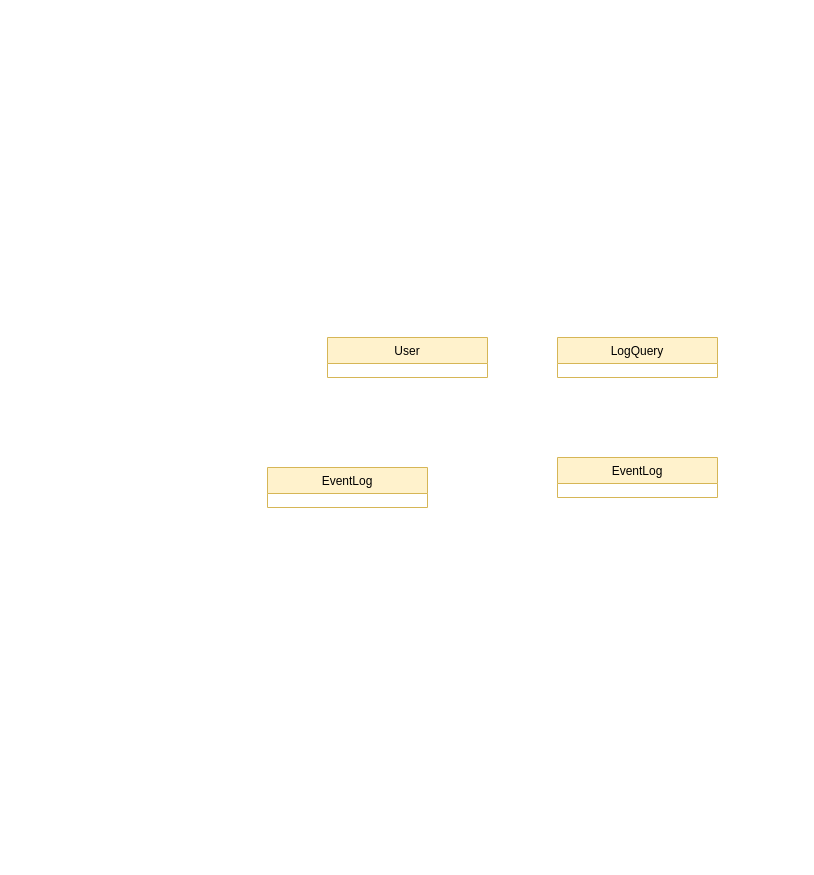
ndhcoder/my-configs keeps this draw.io diagram as Untitled Diagram.drawio. Above is the earlier version. Source tidied: cells renumbered, new cells numbered last; positions are measured from the earlier drawing's top-left corner, leaving out a move shared by most shapes. Both pictures are drawn from the tidied source at 100%, with x=0, y=0 at pixel (267, 337).
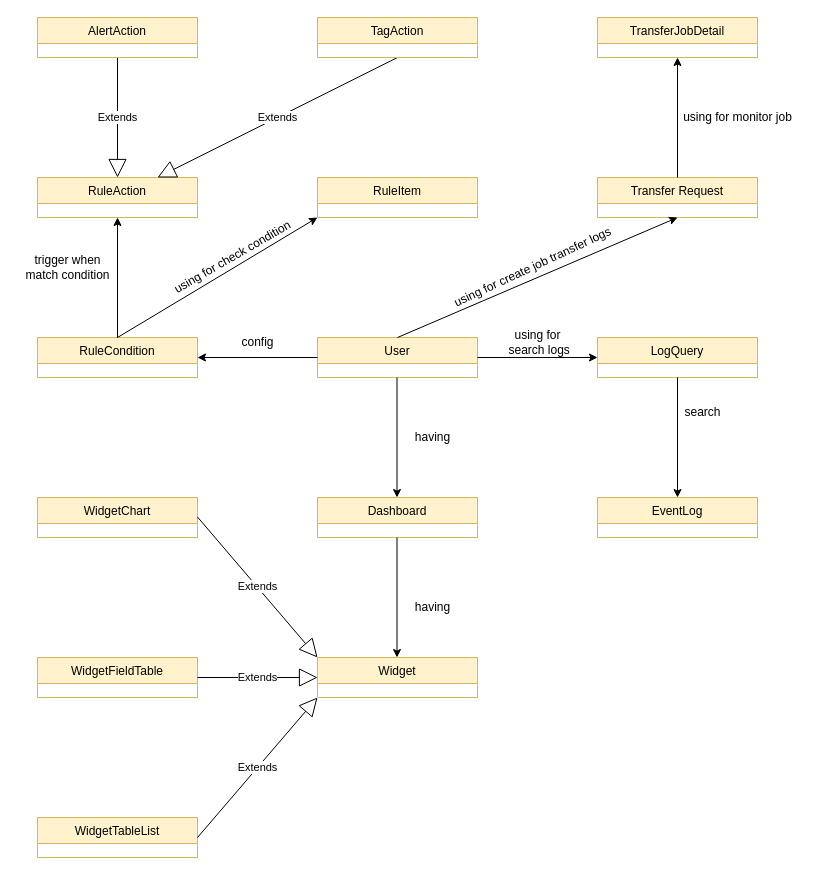
The same page after the edit.

Commit message:
LogInsight_Model

Change to the diagram source:
```diff
@@
     <mxCell id="2" value="User" style="swimlane;fontStyle=0;align=center;verticalAlign=top;horizontal=1;startSize=26;rounded=0;shadow=0;strokeWidth=1;fillColor=#fff2cc;strokeColor=#d6b656;" parent="1" vertex="1">
-      <mxGeometry x="60" width="160" height="40" as="geometry" />
+      <mxGeometry x="50" width="160" height="40" as="geometry" />
     </mxCell>
+    <mxCell id="6" value="RuleCondition" style="swimlane;fontStyle=0;align=center;verticalAlign=top;horizontal=1;startSize=26;rounded=0;shadow=0;strokeWidth=1;fillColor=#fff2cc;strokeColor=#d6b656;" parent="1" vertex="1">
+      <mxGeometry x="-230" width="160" height="40" as="geometry" />
+    </mxCell>
+    <mxCell id="7" value="RuleAction" style="swimlane;fontStyle=0;align=center;verticalAlign=top;horizontal=1;startSize=26;rounded=0;shadow=0;strokeWidth=1;fillColor=#fff2cc;strokeColor=#d6b656;" parent="1" vertex="1">
+      <mxGeometry x="-230" y="-160" width="160" height="40" as="geometry" />
+    </mxCell>
+    <mxCell id="8" style="endArrow=classic;html=1;entryX=0;entryY=0.5;entryDx=0;entryDy=0;exitX=1;exitY=0.5;exitDx=0;exitDy=0;" parent="1" edge="1" source="2" target="3">
+      <mxGeometry relative="1" as="geometry" />
+    </mxCell>
     <mxCell id="3" value="LogQuery" style="swimlane;fontStyle=0;align=center;verticalAlign=top;horizontal=1;startSize=26;rounded=0;shadow=0;strokeWidth=1;fillColor=#fff2cc;strokeColor=#d6b656;" parent="1" vertex="1">
-      <mxGeometry x="290" width="160" height="40" as="geometry" />
+      <mxGeometry x="330" width="160" height="40" as="geometry" />
     </mxCell>
+    <mxCell id="9" value="Transfer Request" style="swimlane;fontStyle=0;align=center;verticalAlign=top;horizontal=1;startSize=26;rounded=0;shadow=0;strokeWidth=1;fillColor=#fff2cc;strokeColor=#d6b656;" parent="1" vertex="1">
+      <mxGeometry x="330" y="-160" width="160" height="40" as="geometry" />
+    </mxCell>
+    <mxCell id="10" value="TransferJobDetail" style="swimlane;fontStyle=0;align=center;verticalAlign=top;horizontal=1;startSize=26;rounded=0;shadow=0;strokeWidth=1;fillColor=#fff2cc;strokeColor=#d6b656;" parent="1" vertex="1">
+      <mxGeometry x="330" y="-320" width="160" height="40" as="geometry" />
+    </mxCell>
+    <mxCell id="11" value="using for&lt;br&gt;&amp;nbsp;search logs" style="text;html=1;align=center;verticalAlign=middle;" parent="1" vertex="1">
+      <mxGeometry x="230" y="-10" width="80" height="30" as="geometry" />
+    </mxCell>
+    <mxCell id="12" style="endArrow=classic;html=1;entryX=0.5;entryY=0;entryDx=0;entryDy=0;exitX=0.5;exitY=1;exitDx=0;exitDy=0;" parent="1" edge="1" source="3" target="4">
+      <mxGeometry relative="1" as="geometry" />
+    </mxCell>
+    <mxCell id="13" value="search" style="text;html=1;align=center;verticalAlign=middle;" parent="1" vertex="1">
+      <mxGeometry x="410" y="65" width="50" height="20" as="geometry" />
+    </mxCell>
     <mxCell id="4" value="EventLog" style="swimlane;fontStyle=0;align=center;verticalAlign=top;horizontal=1;startSize=26;rounded=0;shadow=0;strokeWidth=1;fillColor=#fff2cc;strokeColor=#d6b656;" parent="1" vertex="1">
-      <mxGeometry x="290" y="120" width="160" height="40" as="geometry" />
+      <mxGeometry x="330" y="160" width="160" height="40" as="geometry" />
     </mxCell>
-    <mxCell id="5" value="EventLog" style="swimlane;fontStyle=0;align=center;verticalAlign=top;horizontal=1;startSize=26;rounded=0;shadow=0;strokeWidth=1;fillColor=#fff2cc;strokeColor=#d6b656;" parent="1" vertex="1">
-      <mxGeometry y="130" width="160" height="40" as="geometry" />
+    <mxCell id="5" value="Dashboard" style="swimlane;fontStyle=0;align=center;verticalAlign=top;horizontal=1;startSize=26;rounded=0;shadow=0;strokeWidth=1;fillColor=#fff2cc;strokeColor=#d6b656;" parent="1" vertex="1">
+      <mxGeometry x="50" y="160" width="160" height="40" as="geometry" />
     </mxCell>
+    <mxCell id="14" value="WidgetChart" style="swimlane;fontStyle=0;align=center;verticalAlign=top;horizontal=1;startSize=26;rounded=0;shadow=0;strokeWidth=1;fillColor=#fff2cc;strokeColor=#d6b656;" parent="1" vertex="1">
+      <mxGeometry x="-230" y="160" width="160" height="40" as="geometry" />
+    </mxCell>
+    <mxCell id="15" value="WidgetFieldTable" style="swimlane;fontStyle=0;align=center;verticalAlign=top;horizontal=1;startSize=26;rounded=0;shadow=0;strokeWidth=1;fillColor=#fff2cc;strokeColor=#d6b656;" parent="1" vertex="1">
+      <mxGeometry x="-230" y="320" width="160" height="40" as="geometry" />
+    </mxCell>
+    <mxCell id="16" value="WidgetTableList" style="swimlane;fontStyle=0;align=center;verticalAlign=top;horizontal=1;startSize=26;rounded=0;shadow=0;strokeWidth=1;fillColor=#fff2cc;strokeColor=#d6b656;" parent="1" vertex="1">
+      <mxGeometry x="-230" y="480" width="160" height="40" as="geometry" />
+    </mxCell>
+    <mxCell id="17" value="Widget" style="swimlane;fontStyle=0;align=center;verticalAlign=top;horizontal=1;startSize=26;rounded=0;shadow=0;strokeWidth=1;fillColor=#fff2cc;strokeColor=#d6b656;" parent="1" vertex="1">
+      <mxGeometry x="50" y="320" width="160" height="40" as="geometry" />
+    </mxCell>
+    <mxCell id="18" style="endArrow=classic;html=1;entryX=0.5;entryY=0;entryDx=0;entryDy=0;exitX=0.5;exitY=1;exitDx=0;exitDy=0;" parent="1" edge="1">
+      <mxGeometry relative="1" as="geometry">
+        <mxPoint x="129.5" y="40" as="sourcePoint" />
+        <mxPoint x="129.5" y="160" as="targetPoint" />
+      </mxGeometry>
+    </mxCell>
+    <mxCell id="19" style="endArrow=classic;html=1;entryX=0.5;entryY=0;entryDx=0;entryDy=0;exitX=0.5;exitY=1;exitDx=0;exitDy=0;" parent="1" edge="1">
+      <mxGeometry relative="1" as="geometry">
+        <mxPoint x="129.5" y="200" as="sourcePoint" />
+        <mxPoint x="129.5" y="320" as="targetPoint" />
+      </mxGeometry>
+    </mxCell>
+    <mxCell id="20" value="having" style="text;html=1;align=center;verticalAlign=middle;" parent="1" vertex="1">
+      <mxGeometry x="140" y="90" width="50" height="20" as="geometry" />
+    </mxCell>
+    <mxCell id="21" value="having" style="text;html=1;align=center;verticalAlign=middle;" parent="1" vertex="1">
+      <mxGeometry x="140" y="260" width="50" height="20" as="geometry" />
+    </mxCell>
+    <mxCell id="22" value="Extends" style="endArrow=block;endSize=16;endFill=0;html=1;entryX=0;entryY=0;entryDx=0;entryDy=0;" parent="1" edge="1" target="17">
+      <mxGeometry relative="1" as="geometry">
+        <mxPoint x="-70" y="179.5" as="sourcePoint" />
+      </mxGeometry>
+    </mxCell>
+    <mxCell id="23" value="Extends" style="endArrow=block;endSize=16;endFill=0;html=1;entryX=0;entryY=0.5;entryDx=0;entryDy=0;exitX=1;exitY=0.5;exitDx=0;exitDy=0;" parent="1" edge="1" source="15" target="17">
+      <mxGeometry relative="1" as="geometry" />
+    </mxCell>
+    <mxCell id="24" value="Extends" style="endArrow=block;endSize=16;endFill=0;html=1;exitX=1;exitY=0.5;exitDx=0;exitDy=0;" parent="1" edge="1" source="16">
+      <mxGeometry relative="1" as="geometry">
+        <mxPoint x="50" y="360" as="targetPoint" />
+      </mxGeometry>
+    </mxCell>
+    <mxCell id="25" value="Extends" style="endArrow=block;endSize=16;endFill=0;html=1;exitX=0.5;exitY=1;exitDx=0;exitDy=0;entryX=0.5;entryY=0;entryDx=0;entryDy=0;" parent="1" edge="1" source="33" target="7">
+      <mxGeometry relative="1" as="geometry" />
+    </mxCell>
+    <mxCell id="26" value="Extends" style="endArrow=block;endSize=16;endFill=0;html=1;exitX=0.5;exitY=1;exitDx=0;exitDy=0;entryX=0.75;entryY=0;entryDx=0;entryDy=0;" parent="1" edge="1" source="32" target="7">
+      <mxGeometry relative="1" as="geometry" />
+    </mxCell>
+    <mxCell id="27" style="endArrow=classic;html=1;entryX=0.5;entryY=1;entryDx=0;entryDy=0;exitX=0.5;exitY=0;exitDx=0;exitDy=0;" parent="1" edge="1" source="6" target="7">
+      <mxGeometry relative="1" as="geometry" />
+    </mxCell>
+    <mxCell id="28" style="endArrow=classic;html=1;entryX=0;entryY=1;entryDx=0;entryDy=0;exitX=0.5;exitY=0;exitDx=0;exitDy=0;" parent="1" edge="1" source="6">
+      <mxGeometry relative="1" as="geometry">
+        <mxPoint x="50" y="-120" as="targetPoint" />
+      </mxGeometry>
+    </mxCell>
+    <mxCell id="29" value="trigger when &lt;br&gt;match condition" style="text;html=1;align=center;verticalAlign=middle;" parent="1" vertex="1">
+      <mxGeometry x="-250" y="-85" width="100" height="30" as="geometry" />
+    </mxCell>
+    <mxCell id="30" value="using for check condition" style="text;html=1;align=center;verticalAlign=middle;rotation=-30;" parent="1" vertex="1">
+      <mxGeometry x="-110" y="-90" width="150" height="20" as="geometry" />
+    </mxCell>
+    <mxCell id="31" value="RuleItem" style="swimlane;fontStyle=0;align=center;verticalAlign=top;horizontal=1;startSize=26;rounded=0;shadow=0;strokeWidth=1;fillColor=#fff2cc;strokeColor=#d6b656;" parent="1" vertex="1">
+      <mxGeometry x="50" y="-160" width="160" height="40" as="geometry" />
+    </mxCell>
+    <mxCell id="32" value="TagAction" style="swimlane;fontStyle=0;align=center;verticalAlign=top;horizontal=1;startSize=26;rounded=0;shadow=0;strokeWidth=1;fillColor=#fff2cc;strokeColor=#d6b656;" parent="1" vertex="1">
+      <mxGeometry x="50" y="-320" width="160" height="40" as="geometry" />
+    </mxCell>
+    <mxCell id="33" value="AlertAction" style="swimlane;fontStyle=0;align=center;verticalAlign=top;horizontal=1;startSize=26;rounded=0;shadow=0;strokeWidth=1;fillColor=#fff2cc;strokeColor=#d6b656;" parent="1" vertex="1">
+      <mxGeometry x="-230" y="-320" width="160" height="40" as="geometry" />
+    </mxCell>
+    <mxCell id="34" style="endArrow=classic;html=1;entryX=1;entryY=0.5;entryDx=0;entryDy=0;exitX=0;exitY=0.5;exitDx=0;exitDy=0;" parent="1" edge="1" source="2" target="6">
+      <mxGeometry relative="1" as="geometry" />
+    </mxCell>
+    <mxCell id="35" value="config" style="text;html=1;align=center;verticalAlign=middle;" parent="1" vertex="1">
+      <mxGeometry x="-35" y="-5" width="50" height="20" as="geometry" />
+    </mxCell>
+    <mxCell id="36" style="endArrow=classic;html=1;entryX=0.5;entryY=1;entryDx=0;entryDy=0;exitX=0.5;exitY=0;exitDx=0;exitDy=0;" parent="1" edge="1" source="2" target="9">
+      <mxGeometry relative="1" as="geometry" />
+    </mxCell>
+    <mxCell id="37" value="using for create job transfer logs" style="text;html=1;align=center;verticalAlign=middle;rotation=-25;" parent="1" vertex="1">
+      <mxGeometry x="170" y="-80" width="190" height="20" as="geometry" />
+    </mxCell>
+    <mxCell id="38" style="endArrow=classic;html=1;entryX=0.5;entryY=1;entryDx=0;entryDy=0;exitX=0.5;exitY=0;exitDx=0;exitDy=0;" parent="1" edge="1" source="9" target="10">
+      <mxGeometry relative="1" as="geometry" />
+    </mxCell>
+    <mxCell id="39" value="using for monitor job" style="text;html=1;align=center;verticalAlign=middle;rotation=0;" parent="1" vertex="1">
+      <mxGeometry x="410" y="-230" width="120" height="20" as="geometry" />
+    </mxCell>
```
